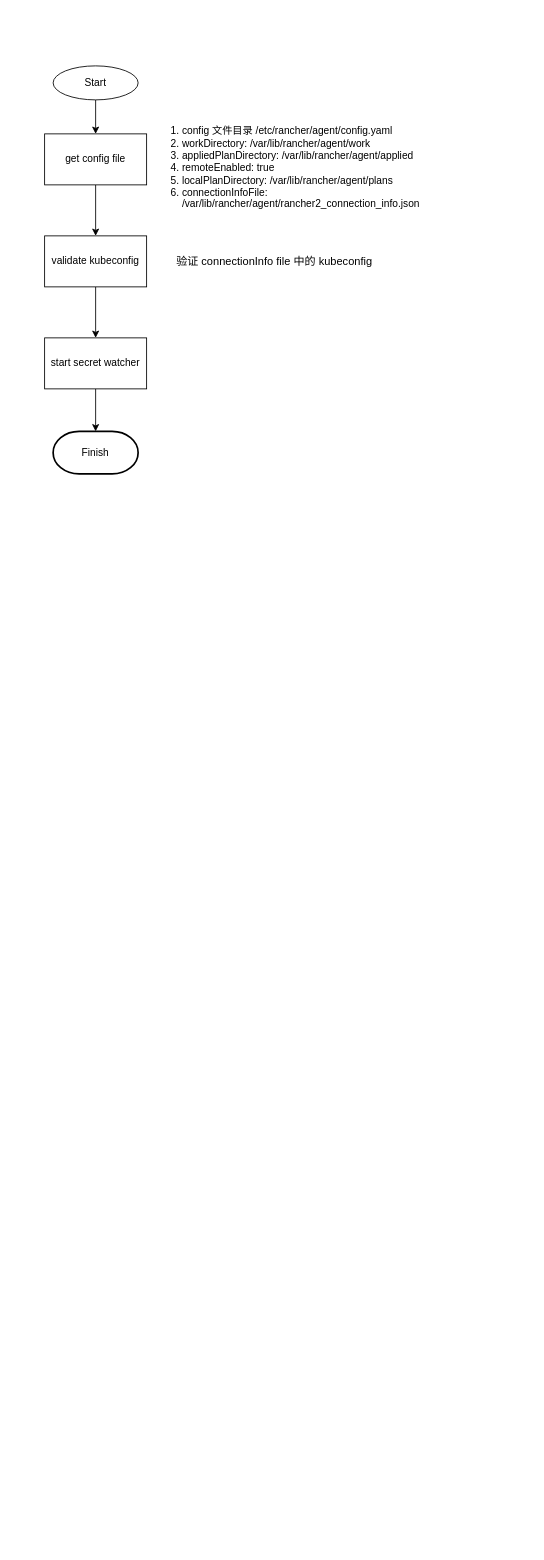
JacieChao/jacie-docs keeps this draw.io diagram as img/rancher-system-agent.drawio. Above is the earlier version. Source tidied: cells renumbered, new cells numbered last; positions are measured from the earlier drawing's top-left corner, leaving out a move shared by most shapes. Both pictures are drawn from the tidied source at 85%, with x=0, y=0 at pixel (44, 65).
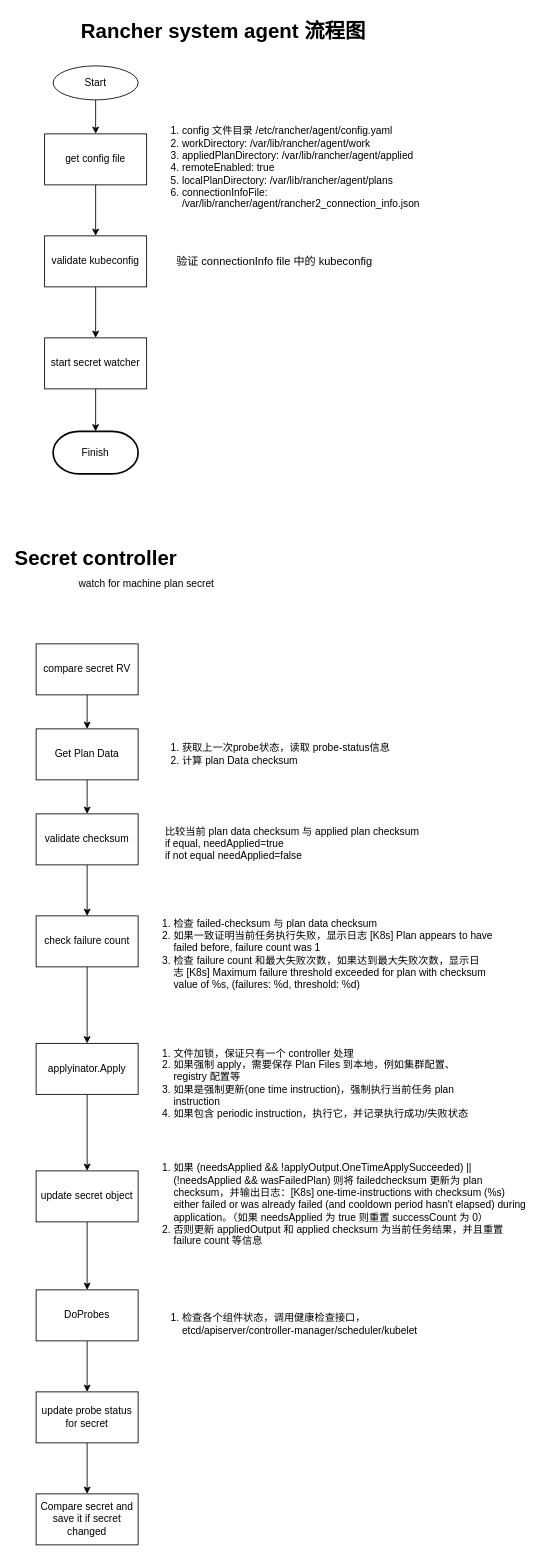
Above is the later version.

What changed in the source:
```diff
@@
+    <mxCell id="13" value="Rancher system agent 流程图" style="text;strokeColor=none;fillColor=none;html=1;fontSize=24;fontStyle=1;verticalAlign=middle;align=center;" parent="1" vertex="1">
+      <mxGeometry x="160" y="-60" width="100" height="40" as="geometry" />
+    </mxCell>
+    <mxCell id="14" value="Secret controller" style="text;strokeColor=none;fillColor=none;html=1;fontSize=24;fontStyle=1;verticalAlign=middle;align=center;" parent="1" vertex="1">
+      <mxGeometry x="10" y="560" width="100" height="40" as="geometry" />
+    </mxCell>
+    <mxCell id="15" value="&lt;div&gt;watch for machine plan secret&lt;/div&gt;" style="text;html=1;strokeColor=none;fillColor=none;align=center;verticalAlign=middle;whiteSpace=wrap;overflow=hidden;" parent="1" vertex="1">
+      <mxGeometry x="-10" y="600" width="260" height="20" as="geometry" />
+    </mxCell>
+    <mxCell id="16" style="edgeStyle=orthogonalEdgeStyle;rounded=0;jettySize=auto;html=1;" parent="1" edge="1" source="17" target="19">
+      <mxGeometry relative="1" as="geometry" />
+    </mxCell>
+    <mxCell id="17" value="compare secret RV" style="rounded=0;whiteSpace=wrap;html=1;" parent="1" vertex="1">
+      <mxGeometry x="-10" y="680" width="120" height="60" as="geometry" />
+    </mxCell>
+    <mxCell id="18" style="edgeStyle=orthogonalEdgeStyle;rounded=0;jettySize=auto;html=1;" parent="1" edge="1" source="19" target="23">
+      <mxGeometry relative="1" as="geometry" />
+    </mxCell>
+    <mxCell id="19" value="Get Plan Data" style="rounded=0;whiteSpace=wrap;html=1;" parent="1" vertex="1">
+      <mxGeometry x="-10" y="780" width="120" height="60" as="geometry" />
+    </mxCell>
+    <mxCell id="20" value="&lt;ol&gt;&lt;li&gt;获取上一次probe状态，读取 probe-status信息&lt;/li&gt;&lt;li&gt;计算 plan Data checksum&lt;/li&gt;&lt;/ol&gt;" style="text;strokeColor=none;fillColor=none;html=1;whiteSpace=wrap;verticalAlign=middle;overflow=hidden;" parent="1" vertex="1">
+      <mxGeometry x="120" y="770" width="440" height="80" as="geometry" />
+    </mxCell>
+    <mxCell id="21" value="比较当前 plan data checksum 与 applied plan checksum&lt;div&gt;&lt;div&gt;if equal, needApplied=true&lt;/div&gt;&lt;div&gt;if not equal needApplied=false&lt;/div&gt;&lt;/div&gt;" style="text;html=1;strokeColor=none;fillColor=none;align=left;verticalAlign=middle;whiteSpace=wrap;overflow=hidden;" parent="1" vertex="1">
+      <mxGeometry x="140" y="880" width="420" height="70" as="geometry" />
+    </mxCell>
+    <mxCell id="22" style="edgeStyle=orthogonalEdgeStyle;rounded=0;jettySize=auto;html=1;" parent="1" edge="1" source="23" target="25">
+      <mxGeometry relative="1" as="geometry" />
+    </mxCell>
+    <mxCell id="23" value="validate checksum" style="rounded=0;whiteSpace=wrap;html=1;" parent="1" vertex="1">
+      <mxGeometry x="-10" y="880" width="120" height="60" as="geometry" />
+    </mxCell>
+    <mxCell id="24" style="edgeStyle=orthogonalEdgeStyle;rounded=0;jettySize=auto;html=1;" parent="1" edge="1" source="25" target="28">
+      <mxGeometry relative="1" as="geometry" />
+    </mxCell>
+    <mxCell id="25" value="check failure count" style="rounded=0;whiteSpace=wrap;html=1;" parent="1" vertex="1">
+      <mxGeometry x="-10" y="1000" width="120" height="60" as="geometry" />
+    </mxCell>
+    <mxCell id="26" value="&lt;ol&gt;&lt;li&gt;检查 failed-checksum 与 plan data checksum&lt;/li&gt;&lt;li&gt;如果一致证明当前任务执行失败，显示日志 [K8s] Plan appears to have failed before, failure count was 1&lt;/li&gt;&lt;li&gt;检查 failure count 和最大失败次数，如果达到最大失败次数，显示日志&amp;nbsp;[K8s] Maximum failure threshold exceeded for plan with checksum value of %s, (failures: %d, threshold: %d)&lt;/li&gt;&lt;/ol&gt;" style="text;strokeColor=none;fillColor=none;html=1;whiteSpace=wrap;verticalAlign=middle;overflow=hidden;" parent="1" vertex="1">
+      <mxGeometry x="110" y="970" width="440" height="150" as="geometry" />
+    </mxCell>
+    <mxCell id="27" style="edgeStyle=orthogonalEdgeStyle;rounded=0;jettySize=auto;html=1;" parent="1" edge="1" source="28" target="31">
+      <mxGeometry relative="1" as="geometry" />
+    </mxCell>
+    <mxCell id="28" value="applyinator.Apply" style="rounded=0;whiteSpace=wrap;html=1;" parent="1" vertex="1">
+      <mxGeometry x="-10" y="1150" width="120" height="60" as="geometry" />
+    </mxCell>
+    <mxCell id="29" value="&lt;ol&gt;&lt;li&gt;文件加锁，保证只有一个 controller 处理&lt;/li&gt;&lt;li&gt;如果强制 apply，需要保存 Plan Files 到本地，例如集群配置、registry 配置等&lt;/li&gt;&lt;li&gt;如果是强制更新(one time instruction)，强制执行当前任务 plan instruction&lt;/li&gt;&lt;li&gt;如果包含 periodic instruction，执行它，并记录执行成功/失败状态&lt;/li&gt;&lt;/ol&gt;" style="text;strokeColor=none;fillColor=none;html=1;whiteSpace=wrap;verticalAlign=middle;overflow=hidden;" parent="1" vertex="1">
+      <mxGeometry x="110" y="1140" width="410" height="110" as="geometry" />
+    </mxCell>
+    <mxCell id="30" style="edgeStyle=orthogonalEdgeStyle;rounded=0;jettySize=auto;html=1;" parent="1" edge="1" source="31" target="34">
+      <mxGeometry relative="1" as="geometry" />
+    </mxCell>
+    <mxCell id="31" value="update secret object" style="rounded=0;whiteSpace=wrap;html=1;" parent="1" vertex="1">
+      <mxGeometry x="-10" y="1300" width="120" height="60" as="geometry" />
+    </mxCell>
+    <mxCell id="32" value="&lt;ol&gt;&lt;li&gt;如果&amp;nbsp;(needsApplied &amp;amp;&amp;amp; !applyOutput.OneTimeApplySucceeded) || (!needsApplied &amp;amp;&amp;amp; wasFailedPlan) 则将 failedchecksum 更新为 plan checksum，并输出日志：[K8s] one-time-instructions with checksum (%s) either failed or was already failed (and cooldown period hasn't elapsed) during application。（如果 needsApplied 为 true 则重置 successCount 为 0）&lt;/li&gt;&lt;li&gt;否则更新 appliedOutput 和 applied checksum 为当前任务结果，并且重置 failure count 等信息&lt;/li&gt;&lt;/ol&gt;" style="text;strokeColor=none;fillColor=none;html=1;whiteSpace=wrap;verticalAlign=middle;overflow=hidden;" parent="1" vertex="1">
+      <mxGeometry x="110" y="1270" width="460" height="140" as="geometry" />
+    </mxCell>
+    <mxCell id="33" style="edgeStyle=orthogonalEdgeStyle;rounded=0;jettySize=auto;html=1;" parent="1" edge="1" source="34" target="36">
+      <mxGeometry relative="1" as="geometry" />
+    </mxCell>
+    <mxCell id="34" value="DoProbes" style="rounded=0;whiteSpace=wrap;html=1;" parent="1" vertex="1">
+      <mxGeometry x="-10" y="1440" width="120" height="60" as="geometry" />
+    </mxCell>
+    <mxCell id="35" style="edgeStyle=orthogonalEdgeStyle;rounded=0;jettySize=auto;html=1;" parent="1" edge="1" source="36" target="37">
+      <mxGeometry relative="1" as="geometry" />
+    </mxCell>
+    <mxCell id="36" value="update probe status for secret" style="rounded=0;whiteSpace=wrap;html=1;" parent="1" vertex="1">
+      <mxGeometry x="-10" y="1560" width="120" height="60" as="geometry" />
+    </mxCell>
+    <mxCell id="37" value="Compare secret and save it if secret changed" style="rounded=0;whiteSpace=wrap;html=1;" parent="1" vertex="1">
+      <mxGeometry x="-10" y="1680" width="120" height="60" as="geometry" />
+    </mxCell>
+    <mxCell id="38" value="&lt;ol&gt;&lt;li&gt;检查各个组件状态，调用健康检查接口，etcd/apiserver/controller-manager/scheduler/kubelet&lt;/li&gt;&lt;/ol&gt;" style="text;strokeColor=none;fillColor=none;html=1;whiteSpace=wrap;verticalAlign=middle;overflow=hidden;" parent="1" vertex="1">
+      <mxGeometry x="120" y="1440" width="390" height="80" as="geometry" />
+    </mxCell>
```
